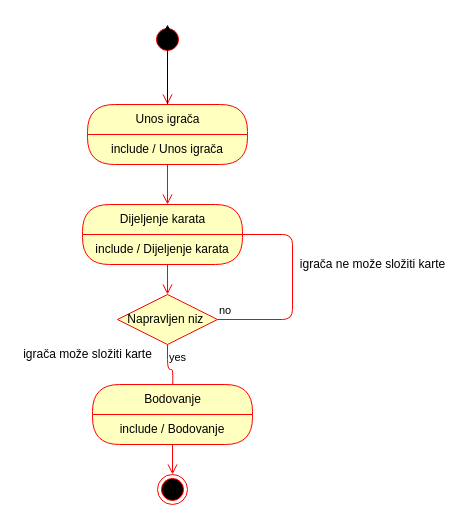
NinaMaretic/Solitaire keeps this draw.io diagram as page "Activity:Igranje Solitaire" (2 of 4) of dijagram.drawio. Above is the earlier version. Source tidied: cells renumbered, new cells numbered last; positions are measured from the earlier drawing's top-left corner, leaving out a move shared by most shapes. Both pictures are drawn from the tidied source at 100%, with x=0, y=0 at pixel (17, 24).
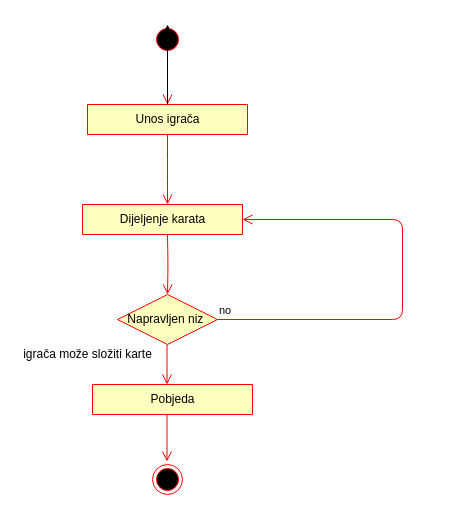
Above is the later version.

The change refers to these unchanged cells:
```xml
<mxCell id="5" value="Napravljen niz&amp;nbsp;" style="rhombus;whiteSpace=wrap;html=1;fillColor=#ffffc0;strokeColor=#ff0000;" parent="1" vertex="1">
  <mxGeometry x="100" y="270" width="100" height="50" as="geometry" />
</mxCell>
```

Change to the diagram source:
```diff
@@
-    <mxCell id="4" style="edgeStyle=orthogonalEdgeStyle;html=1;verticalAlign=bottom;endArrow=open;endSize=8;strokeColor=#ff0000;" parent="1" edge="1">
-      <mxGeometry relative="1" as="geometry">
-        <mxPoint x="150" y="220" as="sourcePoint" />
-        <mxPoint x="150" y="270" as="targetPoint" />
-      </mxGeometry>
-    </mxCell>
@@
-    <mxCell id="6" value="no" style="edgeStyle=orthogonalEdgeStyle;html=1;align=left;verticalAlign=bottom;endArrow=open;endSize=8;strokeColor=#ff0000;entryX=1;entryY=0.75;entryDx=0;entryDy=0;" parent="1" edge="1" source="5">
+    <mxCell id="6" value="no" style="edgeStyle=orthogonalEdgeStyle;html=1;align=left;verticalAlign=bottom;endArrow=open;endSize=8;strokeColor=#ff0000;entryX=1;entryY=0.5;entryDx=0;entryDy=0;" parent="1" edge="1" source="5" target="15">
       <mxGeometry x="-1" relative="1" as="geometry">
-        <mxPoint x="210" y="210" as="targetPoint" />
         <Array as="points">
-          <mxPoint x="275" y="295" />
-          <mxPoint x="275" y="210" />
+          <mxPoint x="385" y="295" />
+          <mxPoint x="385" y="195" />
         </Array>
       </mxGeometry>
     </mxCell>
@@
-    <mxCell id="8" style="edgeStyle=orthogonalEdgeStyle;rounded=1;orthogonalLoop=1;jettySize=auto;html=1;strokeColor=#ff0000;endSize=8;verticalAlign=bottom;endArrow=open;" parent="1" edge="1">
-      <mxGeometry relative="1" as="geometry">
-        <mxPoint x="155" y="420" as="sourcePoint" />
-        <mxPoint x="155" y="450" as="targetPoint" />
-      </mxGeometry>
-    </mxCell>
-    <mxCell id="9" value="yes" style="edgeStyle=orthogonalEdgeStyle;html=1;align=left;verticalAlign=top;endArrow=open;endSize=8;strokeColor=#ff0000;" parent="1" edge="1" source="5">
-      <mxGeometry x="-1" relative="1" as="geometry">
-        <mxPoint x="155" y="370" as="targetPoint" />
-      </mxGeometry>
-    </mxCell>
     <mxCell id="10" style="ellipse;html=1;shape=endState;fillColor=#000000;strokeColor=#ff0000;" parent="1" vertex="1">
-      <mxGeometry x="140" y="450" width="30" height="30" as="geometry" />
+      <mxGeometry x="135" y="440" width="30" height="30" as="geometry" />
     </mxCell>
@@
     <mxCell id="12" value="&lt;span style=&quot;font-weight: 400&quot;&gt;Unos igrača&lt;/span&gt;" style="swimlane;html=1;fontStyle=1;align=center;verticalAlign=middle;horizontal=1;startSize=30;fontColor=#000000;rounded=1;arcSize=30;strokeColor=#ff0000;fillColor=#ffffc0;swimlaneFillColor=#ffffc0;" parent="1" vertex="1">
-      <mxGeometry x="70" y="80" width="160" height="60" as="geometry" />
+      <mxGeometry x="70" y="80" width="160" height="30" as="geometry" />
     </mxCell>
-    <mxCell id="13" value="include / Unos igrača" style="text;html=1;strokeColor=none;fillColor=none;align=center;verticalAlign=middle;spacingLeft=4;spacingRight=4;whiteSpace=wrap;overflow=hidden;fontColor=#000000;" parent="12" vertex="1">
-      <mxGeometry y="30" width="160" height="30" as="geometry" />
-    </mxCell>
-    <mxCell id="14" style="edgeStyle=orthogonalEdgeStyle;html=1;verticalAlign=bottom;endArrow=open;endSize=8;strokeColor=#ff0000;" parent="1" edge="1">
+    <mxCell id="14" style="edgeStyle=orthogonalEdgeStyle;html=1;verticalAlign=bottom;endArrow=open;endSize=8;strokeColor=#ff0000;exitX=0.5;exitY=1;exitDx=0;exitDy=0;" parent="1" edge="1" source="12">
       <mxGeometry relative="1" as="geometry">
-        <mxPoint x="149.5" y="140" as="sourcePoint" />
         <mxPoint x="150" y="180" as="targetPoint" />
-        <Array as="points">
-          <mxPoint x="149.5" y="180" />
-          <mxPoint x="149.5" y="180" />
-        </Array>
       </mxGeometry>
     </mxCell>
     <mxCell id="15" value="&lt;span style=&quot;font-weight: 400&quot;&gt;Dijeljenje karata&lt;/span&gt;" style="swimlane;html=1;fontStyle=1;align=center;verticalAlign=middle;horizontal=1;startSize=30;fontColor=#000000;rounded=1;arcSize=30;strokeColor=#ff0000;fillColor=#ffffc0;swimlaneFillColor=#ffffc0;" parent="1" vertex="1">
-      <mxGeometry x="65" y="180" width="160" height="60" as="geometry" />
+      <mxGeometry x="65" y="180" width="160" height="30" as="geometry" />
     </mxCell>
-    <mxCell id="16" value="include / Dijeljenje karata" style="text;html=1;strokeColor=none;fillColor=none;align=center;verticalAlign=middle;spacingLeft=4;spacingRight=4;whiteSpace=wrap;overflow=hidden;fontColor=#000000;" parent="15" vertex="1">
-      <mxGeometry y="30" width="160" height="30" as="geometry" />
-    </mxCell>
-    <mxCell id="17" value="&lt;span style=&quot;font-weight: 400&quot;&gt;Bodovanje&lt;/span&gt;" style="swimlane;html=1;fontStyle=1;align=center;verticalAlign=middle;horizontal=1;startSize=30;fontColor=#000000;rounded=1;arcSize=30;strokeColor=#ff0000;fillColor=#ffffc0;swimlaneFillColor=#ffffc0;" parent="1" vertex="1">
-      <mxGeometry x="75" y="360" width="160" height="60" as="geometry" />
+    <mxCell id="17" value="&lt;span style=&quot;font-weight: 400&quot;&gt;Pobjeda&lt;/span&gt;" style="swimlane;html=1;fontStyle=1;align=center;verticalAlign=middle;horizontal=1;startSize=30;fontColor=#000000;rounded=1;arcSize=30;strokeColor=#ff0000;fillColor=#ffffc0;swimlaneFillColor=#ffffc0;" parent="1" vertex="1">
+      <mxGeometry x="75" y="360" width="160" height="30" as="geometry" />
     </mxCell>
-    <mxCell id="18" value="include / Bodovanje" style="text;html=1;strokeColor=none;fillColor=none;align=center;verticalAlign=middle;spacingLeft=4;spacingRight=4;whiteSpace=wrap;overflow=hidden;fontColor=#000000;" parent="17" vertex="1">
-      <mxGeometry y="30" width="160" height="30" as="geometry" />
-    </mxCell>
-    <mxCell id="19" value="igrača ne može složiti karte" style="text;html=1;align=center;verticalAlign=middle;" parent="1" vertex="1">
-      <mxGeometry x="275" y="230" width="160" height="20" as="geometry" />
-    </mxCell>
@@
+    <mxCell id="21" style="edgeStyle=orthogonalEdgeStyle;html=1;verticalAlign=bottom;endArrow=open;endSize=8;strokeColor=#ff0000;entryX=0.5;entryY=0;entryDx=0;entryDy=0;" parent="1" edge="1" target="5">
+      <mxGeometry relative="1" as="geometry">
+        <mxPoint x="150" y="210" as="sourcePoint" />
+      </mxGeometry>
+    </mxCell>
+    <mxCell id="22" style="edgeStyle=orthogonalEdgeStyle;html=1;verticalAlign=bottom;endArrow=open;endSize=8;strokeColor=#ff0000;" parent="1" edge="1">
+      <mxGeometry relative="1" as="geometry">
+        <mxPoint x="149.5" y="320" as="sourcePoint" />
+        <mxPoint x="149.5" y="360" as="targetPoint" />
+      </mxGeometry>
+    </mxCell>
+    <mxCell id="23" style="edgeStyle=orthogonalEdgeStyle;html=1;verticalAlign=bottom;endArrow=open;endSize=8;strokeColor=#ff0000;" parent="1" edge="1">
+      <mxGeometry relative="1" as="geometry">
+        <mxPoint x="149.5" y="390" as="sourcePoint" />
+        <mxPoint x="149.5" y="437" as="targetPoint" />
+      </mxGeometry>
+    </mxCell>
```
